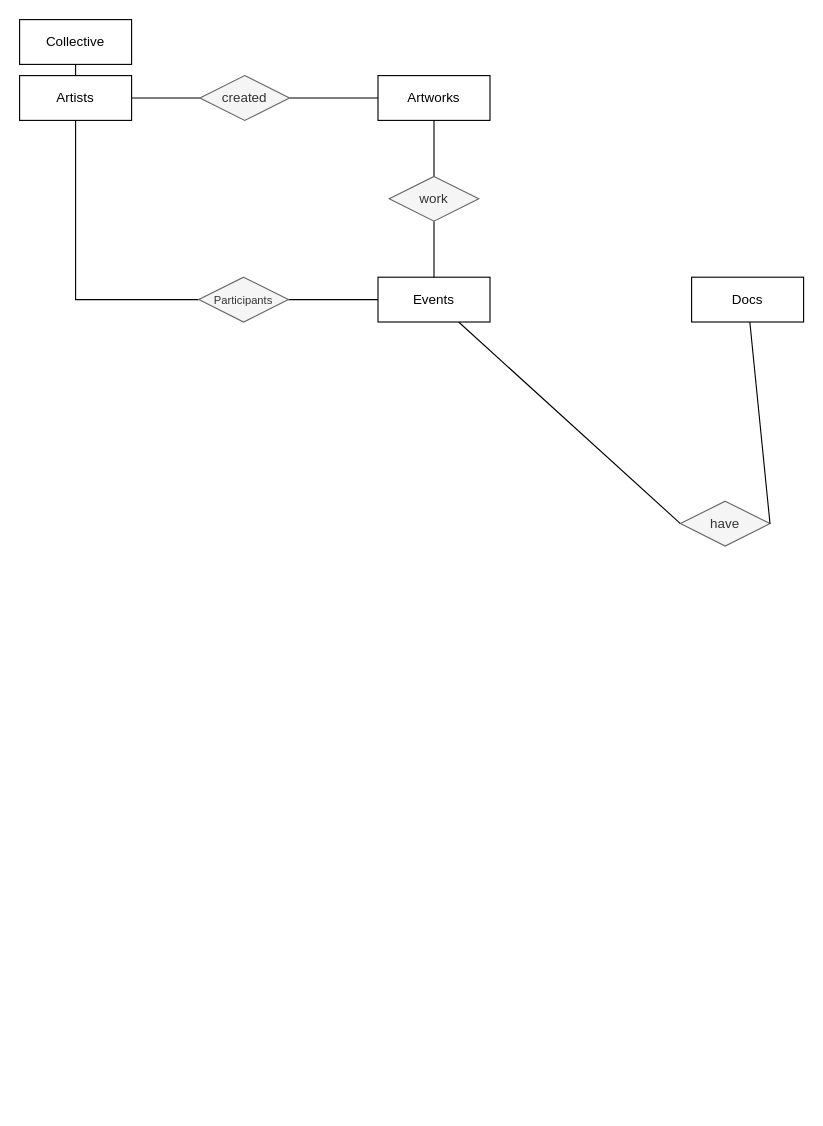
This is documents/backend/database/arsipdb.drawio from ancientfutures/gitbook, a draw.io file, before an edit. Source tidied: cells renumbered, new cells numbered last; positions are measured from the earlier drawing's top-left corner, leaving out a move shared by most shapes. Both pictures are drawn from the tidied source at 112%, with x=0, y=0 at pixel (19, 19).
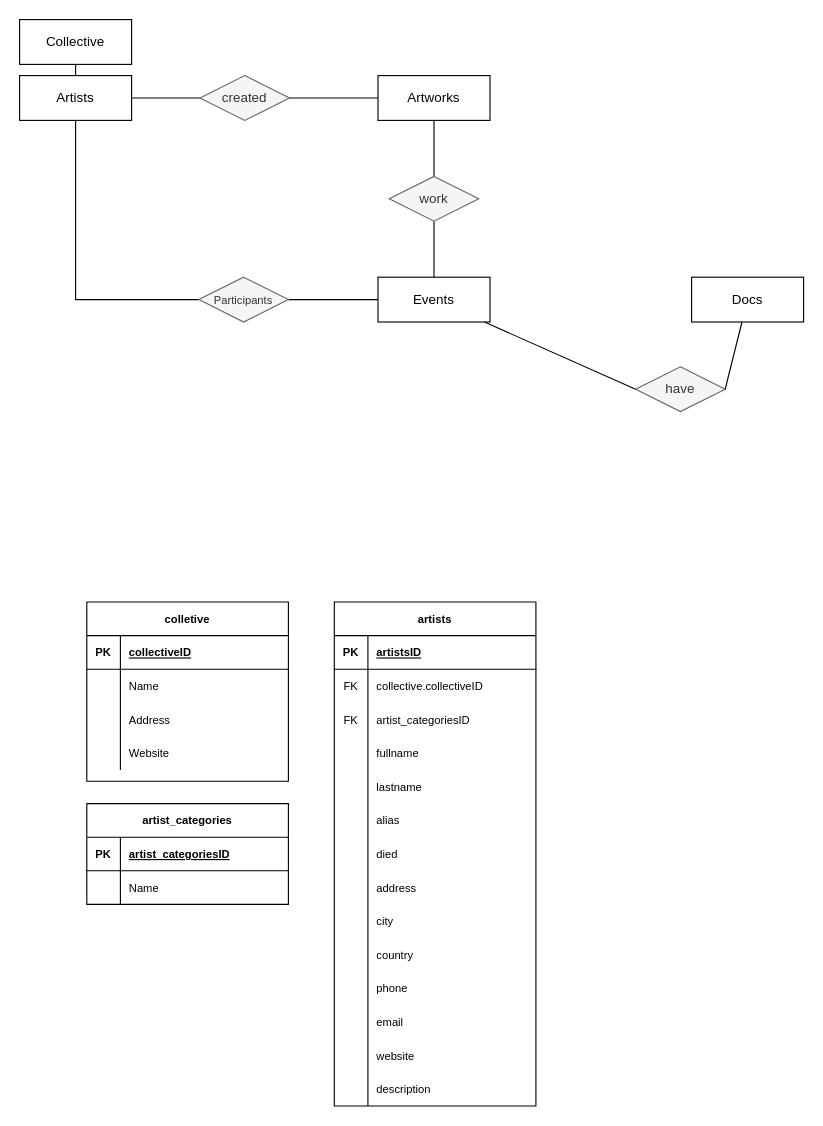
Above is the later version.

The change refers to these unchanged cells:
```xml
<mxCell id="9" style="rounded=0;jettySize=auto;html=1;endArrow=none;endFill=0;entryX=0;entryY=0.5;entryDx=0;entryDy=0;" parent="1" edge="1" source="11" target="10">
  <mxGeometry relative="1" as="geometry" />
</mxCell>
```

What changed in the source:
```diff
@@
     <mxCell id="10" value="have" style="shape=rhombus;perimeter=rhombusPerimeter;whiteSpace=wrap;html=1;align=center;fillColor=#f5f5f5;fontColor=#333333;strokeColor=#666666;" parent="9" vertex="1">
-      <mxGeometry x="590" y="430" width="80" height="40" as="geometry" />
+      <mxGeometry x="550" y="310" width="80" height="40" as="geometry" />
     </mxCell>
@@
+    <mxCell id="20" value="colletive" style="shape=table;startSize=30;childLayout=tableLayout;rowLines=0;fontStyle=1;align=center;fontSize=10;" parent="1" vertex="1">
+      <mxGeometry x="60" y="520" width="180" height="160" as="geometry" />
+    </mxCell>
+    <mxCell id="21" style="shape=tableRow;horizontal=0;startSize=0;swimlaneHead=0;swimlaneBody=0;fillColor=none;top=0;left=0;right=0;bottom=1;fontSize=10;" parent="20" vertex="1">
+      <mxGeometry y="30" width="180" height="30" as="geometry" />
+    </mxCell>
+    <mxCell id="22" value="PK" style="shape=partialRectangle;fillColor=none;top=0;left=0;bottom=0;right=0;fontStyle=1;overflow=hidden;fontSize=10;" parent="21" vertex="1">
+      <mxGeometry width="30" height="30" as="geometry" />
+    </mxCell>
+    <mxCell id="23" value="collectiveID" style="shape=partialRectangle;fillColor=none;top=0;left=0;bottom=0;right=0;align=left;spacingLeft=6;fontStyle=5;overflow=hidden;fontSize=10;" parent="21" vertex="1">
+      <mxGeometry x="30" width="150" height="30" as="geometry" />
+    </mxCell>
+    <mxCell id="24" style="shape=tableRow;horizontal=0;startSize=0;swimlaneHead=0;swimlaneBody=0;fillColor=none;top=0;left=0;right=0;bottom=0;fontSize=10;" parent="20" vertex="1">
+      <mxGeometry y="60" width="180" height="30" as="geometry" />
+    </mxCell>
+    <mxCell id="25" style="shape=partialRectangle;fillColor=none;top=0;left=0;bottom=0;right=0;overflow=hidden;fontSize=10;" parent="24" vertex="1">
+      <mxGeometry width="30" height="30" as="geometry" />
+    </mxCell>
+    <mxCell id="26" value="Name" style="shape=partialRectangle;fillColor=none;top=0;left=0;bottom=0;right=0;align=left;spacingLeft=6;overflow=hidden;fontSize=10;" parent="24" vertex="1">
+      <mxGeometry x="30" width="150" height="30" as="geometry" />
+    </mxCell>
+    <mxCell id="27" style="shape=tableRow;horizontal=0;startSize=0;swimlaneHead=0;swimlaneBody=0;fillColor=none;top=0;left=0;right=0;bottom=0;fontSize=10;" parent="20" vertex="1">
+      <mxGeometry y="90" width="180" height="30" as="geometry" />
+    </mxCell>
+    <mxCell id="28" style="shape=partialRectangle;fillColor=none;top=0;left=0;bottom=0;right=0;overflow=hidden;fontSize=10;" parent="27" vertex="1">
+      <mxGeometry width="30" height="30" as="geometry" />
+    </mxCell>
+    <mxCell id="29" value="Address" style="shape=partialRectangle;fillColor=none;top=0;left=0;bottom=0;right=0;align=left;spacingLeft=6;overflow=hidden;fontSize=10;" parent="27" vertex="1">
+      <mxGeometry x="30" width="150" height="30" as="geometry" />
+    </mxCell>
+    <mxCell id="30" style="shape=tableRow;horizontal=0;startSize=0;swimlaneHead=0;swimlaneBody=0;fillColor=none;top=0;left=0;right=0;bottom=0;fontSize=10;" parent="20" vertex="1">
+      <mxGeometry y="120" width="180" height="30" as="geometry" />
+    </mxCell>
+    <mxCell id="31" style="shape=partialRectangle;fillColor=none;top=0;left=0;bottom=0;right=0;overflow=hidden;fontSize=10;" parent="30" vertex="1">
+      <mxGeometry width="30" height="30" as="geometry" />
+    </mxCell>
+    <mxCell id="32" value="Website" style="shape=partialRectangle;fillColor=none;top=0;left=0;bottom=0;right=0;align=left;spacingLeft=6;overflow=hidden;fontSize=10;" parent="30" vertex="1">
+      <mxGeometry x="30" width="150" height="30" as="geometry" />
+    </mxCell>
+    <mxCell id="33" value="artists" style="shape=table;startSize=30;childLayout=tableLayout;rowLines=0;fontStyle=1;align=center;fontSize=10;" parent="1" vertex="1">
+      <mxGeometry x="281" y="520" width="180" height="450" as="geometry" />
+    </mxCell>
+    <mxCell id="34" style="shape=tableRow;horizontal=0;startSize=0;swimlaneHead=0;swimlaneBody=0;fillColor=none;top=0;left=0;right=0;bottom=1;fontSize=10;" parent="33" vertex="1">
+      <mxGeometry y="30" width="180" height="30" as="geometry" />
+    </mxCell>
+    <mxCell id="35" value="PK" style="shape=partialRectangle;fillColor=none;top=0;left=0;bottom=0;right=0;fontStyle=1;overflow=hidden;fontSize=10;" parent="34" vertex="1">
+      <mxGeometry width="30" height="30" as="geometry" />
+    </mxCell>
+    <mxCell id="36" value="artistsID" style="shape=partialRectangle;fillColor=none;top=0;left=0;bottom=0;right=0;align=left;spacingLeft=6;fontStyle=5;overflow=hidden;fontSize=10;" parent="34" vertex="1">
+      <mxGeometry x="30" width="150" height="30" as="geometry" />
+    </mxCell>
+    <mxCell id="37" style="shape=tableRow;horizontal=0;startSize=0;swimlaneHead=0;swimlaneBody=0;fillColor=none;top=0;left=0;right=0;bottom=0;fontSize=10;" parent="33" vertex="1">
+      <mxGeometry y="60" width="180" height="30" as="geometry" />
+    </mxCell>
+    <mxCell id="38" value="FK" style="shape=partialRectangle;fillColor=none;top=0;left=0;bottom=0;right=0;overflow=hidden;fontSize=10;" parent="37" vertex="1">
+      <mxGeometry width="30" height="30" as="geometry" />
+    </mxCell>
+    <mxCell id="39" value="collective.collectiveID" style="shape=partialRectangle;fillColor=none;top=0;left=0;bottom=0;right=0;align=left;spacingLeft=6;overflow=hidden;fontSize=10;" parent="37" vertex="1">
+      <mxGeometry x="30" width="150" height="30" as="geometry" />
+    </mxCell>
+    <mxCell id="40" style="shape=tableRow;horizontal=0;startSize=0;swimlaneHead=0;swimlaneBody=0;fillColor=none;top=0;left=0;right=0;bottom=0;fontSize=10;" parent="33" vertex="1">
+      <mxGeometry y="90" width="180" height="30" as="geometry" />
+    </mxCell>
+    <mxCell id="41" value="FK" style="shape=partialRectangle;fillColor=none;top=0;left=0;bottom=0;right=0;overflow=hidden;fontSize=10;" parent="40" vertex="1">
+      <mxGeometry width="30" height="30" as="geometry" />
+    </mxCell>
+    <mxCell id="42" value="artist_categoriesID" style="shape=partialRectangle;fillColor=none;top=0;left=0;bottom=0;right=0;align=left;spacingLeft=6;overflow=hidden;fontSize=10;" parent="40" vertex="1">
+      <mxGeometry x="30" width="150" height="30" as="geometry" />
+    </mxCell>
+    <mxCell id="43" style="shape=tableRow;horizontal=0;startSize=0;swimlaneHead=0;swimlaneBody=0;fillColor=none;top=0;left=0;right=0;bottom=0;fontSize=10;" parent="33" vertex="1">
+      <mxGeometry y="120" width="180" height="30" as="geometry" />
+    </mxCell>
+    <mxCell id="44" style="shape=partialRectangle;fillColor=none;top=0;left=0;bottom=0;right=0;overflow=hidden;fontSize=10;" parent="43" vertex="1">
+      <mxGeometry width="30" height="30" as="geometry" />
+    </mxCell>
+    <mxCell id="45" value="fullname" style="shape=partialRectangle;fillColor=none;top=0;left=0;bottom=0;right=0;align=left;spacingLeft=6;overflow=hidden;fontSize=10;" parent="43" vertex="1">
+      <mxGeometry x="30" width="150" height="30" as="geometry" />
+    </mxCell>
+    <mxCell id="46" style="shape=tableRow;horizontal=0;startSize=0;swimlaneHead=0;swimlaneBody=0;fillColor=none;top=0;left=0;right=0;bottom=0;fontSize=10;" parent="33" vertex="1">
+      <mxGeometry y="150" width="180" height="30" as="geometry" />
+    </mxCell>
+    <mxCell id="47" style="shape=partialRectangle;fillColor=none;top=0;left=0;bottom=0;right=0;overflow=hidden;fontSize=10;" parent="46" vertex="1">
+      <mxGeometry width="30" height="30" as="geometry" />
+    </mxCell>
+    <mxCell id="48" value="lastname" style="shape=partialRectangle;fillColor=none;top=0;left=0;bottom=0;right=0;align=left;spacingLeft=6;overflow=hidden;fontSize=10;" parent="46" vertex="1">
+      <mxGeometry x="30" width="150" height="30" as="geometry" />
+    </mxCell>
+    <mxCell id="49" style="shape=tableRow;horizontal=0;startSize=0;swimlaneHead=0;swimlaneBody=0;fillColor=none;top=0;left=0;right=0;bottom=0;fontSize=10;" parent="33" vertex="1">
+      <mxGeometry y="180" width="180" height="30" as="geometry" />
+    </mxCell>
+    <mxCell id="50" style="shape=partialRectangle;fillColor=none;top=0;left=0;bottom=0;right=0;overflow=hidden;fontSize=10;" parent="49" vertex="1">
+      <mxGeometry width="30" height="30" as="geometry" />
+    </mxCell>
+    <mxCell id="51" value="alias" style="shape=partialRectangle;fillColor=none;top=0;left=0;bottom=0;right=0;align=left;spacingLeft=6;overflow=hidden;fontSize=10;" parent="49" vertex="1">
+      <mxGeometry x="30" width="150" height="30" as="geometry" />
+    </mxCell>
+    <mxCell id="52" style="shape=tableRow;horizontal=0;startSize=0;swimlaneHead=0;swimlaneBody=0;fillColor=none;top=0;left=0;right=0;bottom=0;fontSize=10;" parent="33" vertex="1">
+      <mxGeometry y="210" width="180" height="30" as="geometry" />
+    </mxCell>
+    <mxCell id="53" style="shape=partialRectangle;fillColor=none;top=0;left=0;bottom=0;right=0;overflow=hidden;fontSize=10;" parent="52" vertex="1">
+      <mxGeometry width="30" height="30" as="geometry" />
+    </mxCell>
+    <mxCell id="54" value="died" style="shape=partialRectangle;fillColor=none;top=0;left=0;bottom=0;right=0;align=left;spacingLeft=6;overflow=hidden;fontSize=10;" parent="52" vertex="1">
+      <mxGeometry x="30" width="150" height="30" as="geometry" />
+    </mxCell>
+    <mxCell id="55" style="shape=tableRow;horizontal=0;startSize=0;swimlaneHead=0;swimlaneBody=0;fillColor=none;top=0;left=0;right=0;bottom=0;fontSize=10;" parent="33" vertex="1">
+      <mxGeometry y="240" width="180" height="30" as="geometry" />
+    </mxCell>
+    <mxCell id="56" style="shape=partialRectangle;fillColor=none;top=0;left=0;bottom=0;right=0;overflow=hidden;fontSize=10;" parent="55" vertex="1">
+      <mxGeometry width="30" height="30" as="geometry" />
+    </mxCell>
+    <mxCell id="57" value="address" style="shape=partialRectangle;fillColor=none;top=0;left=0;bottom=0;right=0;align=left;spacingLeft=6;overflow=hidden;fontSize=10;" parent="55" vertex="1">
+      <mxGeometry x="30" width="150" height="30" as="geometry" />
+    </mxCell>
+    <mxCell id="58" style="shape=tableRow;horizontal=0;startSize=0;swimlaneHead=0;swimlaneBody=0;fillColor=none;top=0;left=0;right=0;bottom=0;fontSize=10;" parent="33" vertex="1">
+      <mxGeometry y="270" width="180" height="30" as="geometry" />
+    </mxCell>
+    <mxCell id="59" style="shape=partialRectangle;fillColor=none;top=0;left=0;bottom=0;right=0;overflow=hidden;fontSize=10;" parent="58" vertex="1">
+      <mxGeometry width="30" height="30" as="geometry" />
+    </mxCell>
+    <mxCell id="60" value="city" style="shape=partialRectangle;fillColor=none;top=0;left=0;bottom=0;right=0;align=left;spacingLeft=6;overflow=hidden;fontSize=10;" parent="58" vertex="1">
+      <mxGeometry x="30" width="150" height="30" as="geometry" />
+    </mxCell>
+    <mxCell id="61" style="shape=tableRow;horizontal=0;startSize=0;swimlaneHead=0;swimlaneBody=0;fillColor=none;top=0;left=0;right=0;bottom=0;fontSize=10;" parent="33" vertex="1">
+      <mxGeometry y="300" width="180" height="30" as="geometry" />
+    </mxCell>
+    <mxCell id="62" style="shape=partialRectangle;fillColor=none;top=0;left=0;bottom=0;right=0;overflow=hidden;fontSize=10;" parent="61" vertex="1">
+      <mxGeometry width="30" height="30" as="geometry" />
+    </mxCell>
+    <mxCell id="63" value="country" style="shape=partialRectangle;fillColor=none;top=0;left=0;bottom=0;right=0;align=left;spacingLeft=6;overflow=hidden;fontSize=10;" parent="61" vertex="1">
+      <mxGeometry x="30" width="150" height="30" as="geometry" />
+    </mxCell>
+    <mxCell id="64" style="shape=tableRow;horizontal=0;startSize=0;swimlaneHead=0;swimlaneBody=0;fillColor=none;top=0;left=0;right=0;bottom=0;fontSize=10;" parent="33" vertex="1">
+      <mxGeometry y="330" width="180" height="30" as="geometry" />
+    </mxCell>
+    <mxCell id="65" style="shape=partialRectangle;fillColor=none;top=0;left=0;bottom=0;right=0;overflow=hidden;fontSize=10;" parent="64" vertex="1">
+      <mxGeometry width="30" height="30" as="geometry" />
+    </mxCell>
+    <mxCell id="66" value="phone" style="shape=partialRectangle;fillColor=none;top=0;left=0;bottom=0;right=0;align=left;spacingLeft=6;overflow=hidden;fontSize=10;" parent="64" vertex="1">
+      <mxGeometry x="30" width="150" height="30" as="geometry" />
+    </mxCell>
+    <mxCell id="67" style="shape=tableRow;horizontal=0;startSize=0;swimlaneHead=0;swimlaneBody=0;fillColor=none;top=0;left=0;right=0;bottom=0;fontSize=10;" parent="33" vertex="1">
+      <mxGeometry y="360" width="180" height="30" as="geometry" />
+    </mxCell>
+    <mxCell id="68" style="shape=partialRectangle;fillColor=none;top=0;left=0;bottom=0;right=0;overflow=hidden;fontSize=10;" parent="67" vertex="1">
+      <mxGeometry width="30" height="30" as="geometry" />
+    </mxCell>
+    <mxCell id="69" value="email" style="shape=partialRectangle;fillColor=none;top=0;left=0;bottom=0;right=0;align=left;spacingLeft=6;overflow=hidden;fontSize=10;" parent="67" vertex="1">
+      <mxGeometry x="30" width="150" height="30" as="geometry" />
+    </mxCell>
+    <mxCell id="70" style="shape=tableRow;horizontal=0;startSize=0;swimlaneHead=0;swimlaneBody=0;fillColor=none;top=0;left=0;right=0;bottom=0;fontSize=10;" parent="33" vertex="1">
+      <mxGeometry y="390" width="180" height="30" as="geometry" />
+    </mxCell>
+    <mxCell id="71" style="shape=partialRectangle;fillColor=none;top=0;left=0;bottom=0;right=0;overflow=hidden;fontSize=10;" parent="70" vertex="1">
+      <mxGeometry width="30" height="30" as="geometry" />
+    </mxCell>
+    <mxCell id="72" value="website" style="shape=partialRectangle;fillColor=none;top=0;left=0;bottom=0;right=0;align=left;spacingLeft=6;overflow=hidden;fontSize=10;" parent="70" vertex="1">
+      <mxGeometry x="30" width="150" height="30" as="geometry" />
+    </mxCell>
+    <mxCell id="73" style="shape=tableRow;horizontal=0;startSize=0;swimlaneHead=0;swimlaneBody=0;fillColor=none;top=0;left=0;right=0;bottom=0;fontSize=10;" parent="33" vertex="1">
+      <mxGeometry y="420" width="180" height="30" as="geometry" />
+    </mxCell>
+    <mxCell id="74" style="shape=partialRectangle;fillColor=none;top=0;left=0;bottom=0;right=0;overflow=hidden;fontSize=10;" parent="73" vertex="1">
+      <mxGeometry width="30" height="30" as="geometry" />
+    </mxCell>
+    <mxCell id="75" value="description" style="shape=partialRectangle;fillColor=none;top=0;left=0;bottom=0;right=0;align=left;spacingLeft=6;overflow=hidden;fontSize=10;" parent="73" vertex="1">
+      <mxGeometry x="30" width="150" height="30" as="geometry" />
+    </mxCell>
+    <mxCell id="76" value="artist_categories" style="shape=table;startSize=30;childLayout=tableLayout;rowLines=0;fontStyle=1;align=center;fontSize=10;" parent="1" vertex="1">
+      <mxGeometry x="60" y="700" width="180" height="90" as="geometry" />
+    </mxCell>
+    <mxCell id="77" style="shape=tableRow;horizontal=0;startSize=0;swimlaneHead=0;swimlaneBody=0;fillColor=none;top=0;left=0;right=0;bottom=1;fontSize=10;" parent="76" vertex="1">
+      <mxGeometry y="30" width="180" height="30" as="geometry" />
+    </mxCell>
+    <mxCell id="78" value="PK" style="shape=partialRectangle;fillColor=none;top=0;left=0;bottom=0;right=0;fontStyle=1;overflow=hidden;fontSize=10;" parent="77" vertex="1">
+      <mxGeometry width="30" height="30" as="geometry" />
+    </mxCell>
+    <mxCell id="79" value="artist_categoriesID" style="shape=partialRectangle;fillColor=none;top=0;left=0;bottom=0;right=0;align=left;spacingLeft=6;fontStyle=5;overflow=hidden;fontSize=10;" parent="77" vertex="1">
+      <mxGeometry x="30" width="150" height="30" as="geometry" />
+    </mxCell>
+    <mxCell id="80" style="shape=tableRow;horizontal=0;startSize=0;swimlaneHead=0;swimlaneBody=0;fillColor=none;top=0;left=0;right=0;bottom=0;fontSize=10;" parent="76" vertex="1">
+      <mxGeometry y="60" width="180" height="30" as="geometry" />
+    </mxCell>
+    <mxCell id="81" style="shape=partialRectangle;fillColor=none;top=0;left=0;bottom=0;right=0;overflow=hidden;fontSize=10;" parent="80" vertex="1">
+      <mxGeometry width="30" height="30" as="geometry" />
+    </mxCell>
+    <mxCell id="82" value="Name" style="shape=partialRectangle;fillColor=none;top=0;left=0;bottom=0;right=0;align=left;spacingLeft=6;overflow=hidden;fontSize=10;" parent="80" vertex="1">
+      <mxGeometry x="30" width="150" height="30" as="geometry" />
+    </mxCell>
```
